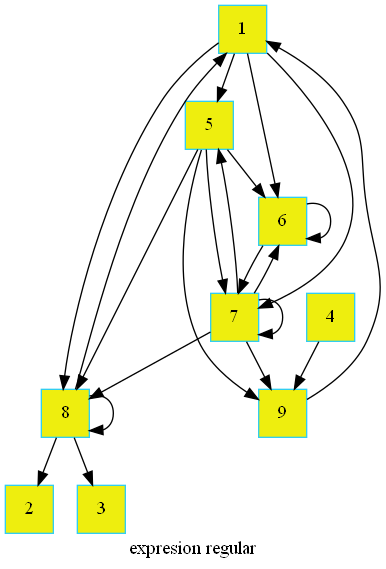
This is SUB_grafo.png from betebetoven/EDDS2F2, a Graphviz export, as it was before one commit. Its source is kept beside it as SUB_grafo.dot.
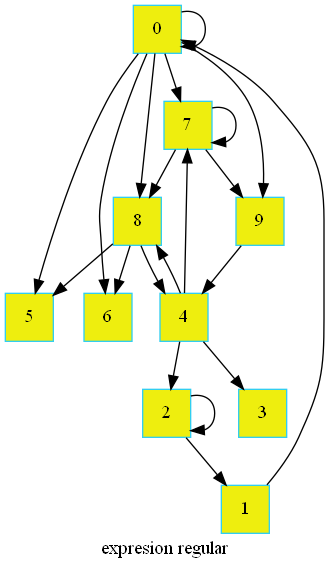
The same diagram one commit later.

What changed in the source:
```diff
@@ -6,24 +6,23 @@
         node[color = "#EEEEE"]
         node[color = "#31CEF0"]
 
-1->5
-1->6
-1->7
-1->8
-4->9
-5->9
-5->6
-5->7
-5->8
-6->6
-6->7
-7->5
-7->6
+0->0
+0->5
+0->6
+0->7
+0->8
+0->9
+1->0
+2->1
+2->2
+4->2
+4->3
+4->7
+4->8
 7->7
 7->8
 7->9
-8->1
-8->2
-8->3
-8->8
-9->1}
+8->4
+8->5
+8->6
+9->4}
```
